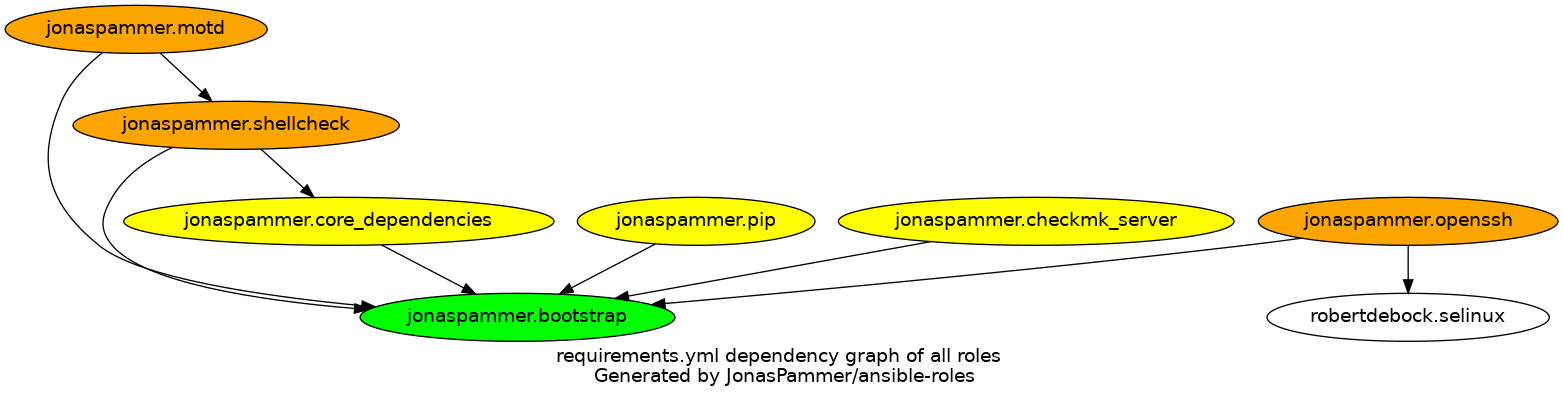
The Graphviz diagram graphs/dependencies_ALL.png in JonasPammer/ansible-roles, before a commit. Its source is kept beside it as graphs/dependencies_ALL.dot.
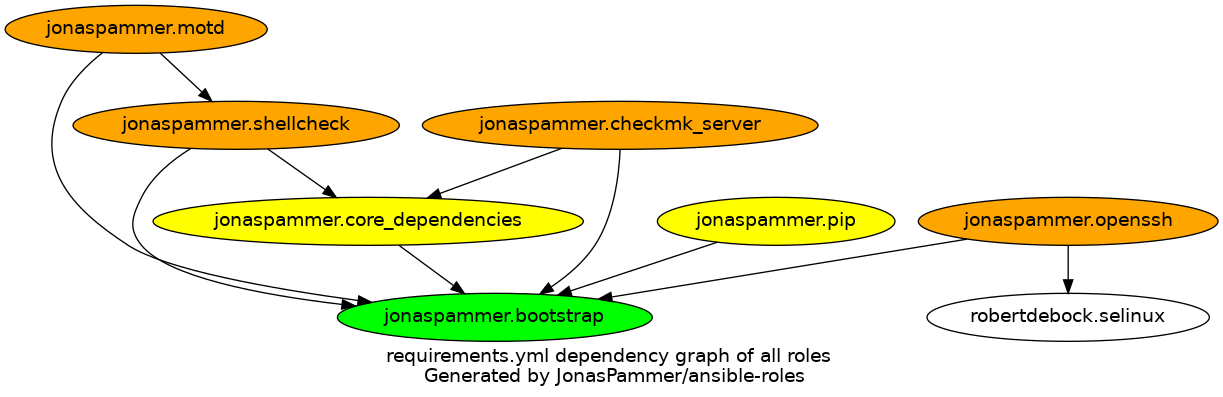
Later version of the same file.

Diff of the diagram source:
```diff
@@ -8,7 +8,7 @@
     "jonaspammer.openssh" [fillcolor=orange style=filled]
     "jonaspammer.pip" [fillcolor=yellow style=filled]
     "jonaspammer.shellcheck" [fillcolor=orange style=filled]
-    "jonaspammer.checkmk_server" [fillcolor=yellow style=filled]
+    "jonaspammer.checkmk_server" [fillcolor=orange style=filled]
   }
 
 
@@ -17,5 +17,5 @@
   "jonaspammer.openssh" -> {"jonaspammer.bootstrap" "robertdebock.selinux"}
   "jonaspammer.pip" -> {"jonaspammer.bootstrap"}
   "jonaspammer.shellcheck" -> {"jonaspammer.bootstrap" "jonaspammer.core_dependencies"}
-  "jonaspammer.checkmk_server" -> {"jonaspammer.bootstrap"}
+  "jonaspammer.checkmk_server" -> {"jonaspammer.bootstrap" "jonaspammer.core_dependencies"}
 }
```
